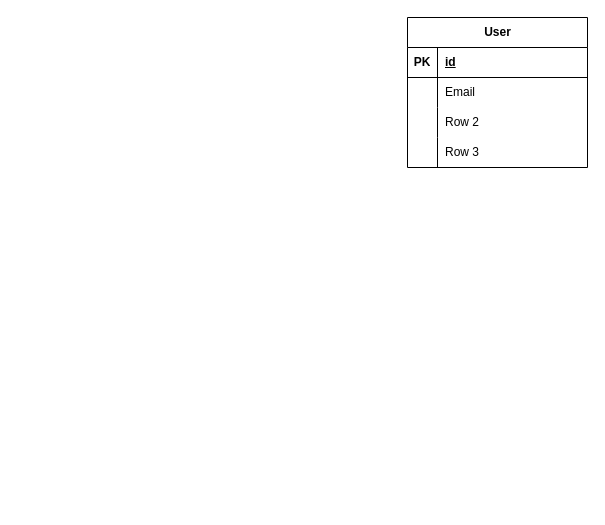
Before: ER.drawio in kofnet002/watchwave, a draw.io diagram. Source tidied: cells renumbered, new cells numbered last; positions are measured from the earlier drawing's top-left corner, leaving out a move shared by most shapes. Both pictures are drawn from the tidied source at 100%, with x=0, y=0 at pixel (407, 17).
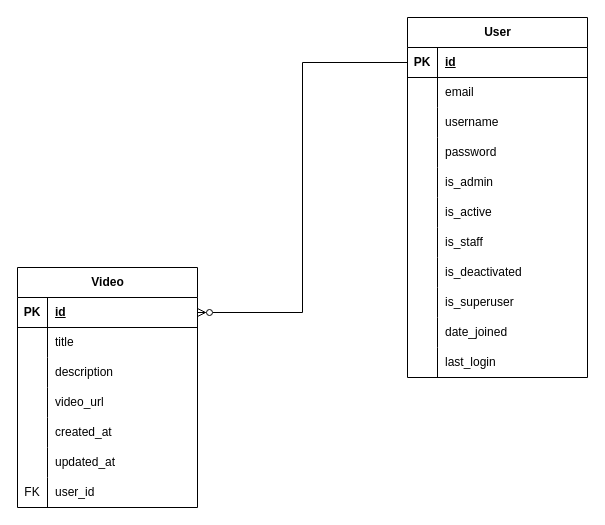
Above is the later version.

Commit message (it also covers changes not shown here):
Remove video field from model

The change refers to these unchanged cells:
```xml
<mxCell id="3" style="shape=tableRow;horizontal=0;startSize=0;swimlaneHead=0;swimlaneBody=0;fillColor=none;points=[[0,0.5],[1,0.5]];portConstraint=eastwest;top=0;left=0;right=0;bottom=1;" parent="2" vertex="1">
  <mxGeometry y="30" width="180" height="30" as="geometry" />
</mxCell>
<mxCell id="6" style="shape=tableRow;horizontal=0;startSize=0;swimlaneHead=0;swimlaneBody=0;fillColor=none;top=0;left=0;right=0;bottom=0;" parent="2" vertex="1">
  <mxGeometry y="60" width="180" height="30" as="geometry" />
</mxCell>
<mxCell id="9" style="shape=tableRow;horizontal=0;startSize=0;swimlaneHead=0;swimlaneBody=0;fillColor=none;top=0;left=0;right=0;bottom=0;" parent="2" vertex="1">
  <mxGeometry y="90" width="180" height="30" as="geometry" />
</mxCell>
<mxCell id="12" style="shape=tableRow;horizontal=0;startSize=0;swimlaneHead=0;swimlaneBody=0;fillColor=none;top=0;left=0;right=0;bottom=0;" parent="2" vertex="1">
  <mxGeometry y="120" width="180" height="30" as="geometry" />
</mxCell>
```

Diff of the diagram source:
```diff
@@
     <mxCell id="2" value="User" style="shape=table;startSize=30;childLayout=tableLayout;rowLines=0;fontStyle=1;align=center;html=1;" parent="1" vertex="1">
-      <mxGeometry width="180" height="150" as="geometry" />
+      <mxGeometry width="180" height="360" as="geometry" />
     </mxCell>
@@
-    <mxCell id="8" value="Email" style="shape=partialRectangle;fillColor=none;top=0;left=0;bottom=0;right=0;align=left;spacingLeft=6;overflow=hidden;whiteSpace=wrap;html=1;" parent="6" vertex="1">
+    <mxCell id="8" value="email" style="shape=partialRectangle;fillColor=none;top=0;left=0;bottom=0;right=0;align=left;spacingLeft=6;overflow=hidden;whiteSpace=wrap;html=1;" parent="6" vertex="1">
       <mxGeometry x="30" width="150" height="30" as="geometry" />
     </mxCell>
@@
-    <mxCell id="11" value="Row 2" style="shape=partialRectangle;fillColor=none;top=0;left=0;bottom=0;right=0;align=left;spacingLeft=6;overflow=hidden;whiteSpace=wrap;html=1;" parent="9" vertex="1">
+    <mxCell id="11" value="username" style="shape=partialRectangle;fillColor=none;top=0;left=0;bottom=0;right=0;align=left;spacingLeft=6;overflow=hidden;whiteSpace=wrap;html=1;" parent="9" vertex="1">
       <mxGeometry x="30" width="150" height="30" as="geometry" />
     </mxCell>
@@
-    <mxCell id="14" value="Row 3" style="shape=partialRectangle;fillColor=none;top=0;left=0;bottom=0;right=0;align=left;spacingLeft=6;overflow=hidden;whiteSpace=wrap;html=1;" parent="12" vertex="1">
+    <mxCell id="14" value="password" style="shape=partialRectangle;fillColor=none;top=0;left=0;bottom=0;right=0;align=left;spacingLeft=6;overflow=hidden;whiteSpace=wrap;html=1;" parent="12" vertex="1">
       <mxGeometry x="30" width="150" height="30" as="geometry" />
     </mxCell>
+    <mxCell id="15" style="shape=tableRow;horizontal=0;startSize=0;swimlaneHead=0;swimlaneBody=0;fillColor=none;top=0;left=0;right=0;bottom=0;" parent="2" vertex="1">
+      <mxGeometry y="150" width="180" height="30" as="geometry" />
+    </mxCell>
+    <mxCell id="16" style="shape=partialRectangle;fillColor=none;top=0;left=0;bottom=0;right=0;overflow=hidden;whiteSpace=wrap;html=1;" parent="15" vertex="1">
+      <mxGeometry width="30" height="30" as="geometry" />
+    </mxCell>
+    <mxCell id="17" value="is_admin" style="shape=partialRectangle;fillColor=none;top=0;left=0;bottom=0;right=0;align=left;spacingLeft=6;overflow=hidden;whiteSpace=wrap;html=1;" parent="15" vertex="1">
+      <mxGeometry x="30" width="150" height="30" as="geometry" />
+    </mxCell>
+    <mxCell id="18" style="shape=tableRow;horizontal=0;startSize=0;swimlaneHead=0;swimlaneBody=0;fillColor=none;top=0;left=0;right=0;bottom=0;" parent="2" vertex="1">
+      <mxGeometry y="180" width="180" height="30" as="geometry" />
+    </mxCell>
+    <mxCell id="19" style="shape=partialRectangle;fillColor=none;top=0;left=0;bottom=0;right=0;overflow=hidden;whiteSpace=wrap;html=1;" parent="18" vertex="1">
+      <mxGeometry width="30" height="30" as="geometry" />
+    </mxCell>
+    <mxCell id="20" value="is_active" style="shape=partialRectangle;fillColor=none;top=0;left=0;bottom=0;right=0;align=left;spacingLeft=6;overflow=hidden;whiteSpace=wrap;html=1;" parent="18" vertex="1">
+      <mxGeometry x="30" width="150" height="30" as="geometry" />
+    </mxCell>
+    <mxCell id="21" style="shape=tableRow;horizontal=0;startSize=0;swimlaneHead=0;swimlaneBody=0;fillColor=none;top=0;left=0;right=0;bottom=0;" parent="2" vertex="1">
+      <mxGeometry y="210" width="180" height="30" as="geometry" />
+    </mxCell>
+    <mxCell id="22" style="shape=partialRectangle;fillColor=none;top=0;left=0;bottom=0;right=0;overflow=hidden;whiteSpace=wrap;html=1;" parent="21" vertex="1">
+      <mxGeometry width="30" height="30" as="geometry" />
+    </mxCell>
+    <mxCell id="23" value="is_staff" style="shape=partialRectangle;fillColor=none;top=0;left=0;bottom=0;right=0;align=left;spacingLeft=6;overflow=hidden;whiteSpace=wrap;html=1;" parent="21" vertex="1">
+      <mxGeometry x="30" width="150" height="30" as="geometry" />
+    </mxCell>
+    <mxCell id="24" style="shape=tableRow;horizontal=0;startSize=0;swimlaneHead=0;swimlaneBody=0;fillColor=none;top=0;left=0;right=0;bottom=0;" parent="2" vertex="1">
+      <mxGeometry y="240" width="180" height="30" as="geometry" />
+    </mxCell>
+    <mxCell id="25" style="shape=partialRectangle;fillColor=none;top=0;left=0;bottom=0;right=0;overflow=hidden;whiteSpace=wrap;html=1;" parent="24" vertex="1">
+      <mxGeometry width="30" height="30" as="geometry" />
+    </mxCell>
+    <mxCell id="26" value="is_deactivated" style="shape=partialRectangle;fillColor=none;top=0;left=0;bottom=0;right=0;align=left;spacingLeft=6;overflow=hidden;whiteSpace=wrap;html=1;" parent="24" vertex="1">
+      <mxGeometry x="30" width="150" height="30" as="geometry" />
+    </mxCell>
+    <mxCell id="27" style="shape=tableRow;horizontal=0;startSize=0;swimlaneHead=0;swimlaneBody=0;fillColor=none;top=0;left=0;right=0;bottom=0;" parent="2" vertex="1">
+      <mxGeometry y="270" width="180" height="30" as="geometry" />
+    </mxCell>
+    <mxCell id="28" style="shape=partialRectangle;fillColor=none;top=0;left=0;bottom=0;right=0;overflow=hidden;whiteSpace=wrap;html=1;" parent="27" vertex="1">
+      <mxGeometry width="30" height="30" as="geometry" />
+    </mxCell>
+    <mxCell id="29" value="is_superuser" style="shape=partialRectangle;fillColor=none;top=0;left=0;bottom=0;right=0;align=left;spacingLeft=6;overflow=hidden;whiteSpace=wrap;html=1;" parent="27" vertex="1">
+      <mxGeometry x="30" width="150" height="30" as="geometry" />
+    </mxCell>
+    <mxCell id="30" style="shape=tableRow;horizontal=0;startSize=0;swimlaneHead=0;swimlaneBody=0;fillColor=none;top=0;left=0;right=0;bottom=0;" parent="2" vertex="1">
+      <mxGeometry y="300" width="180" height="30" as="geometry" />
+    </mxCell>
+    <mxCell id="31" style="shape=partialRectangle;fillColor=none;top=0;left=0;bottom=0;right=0;overflow=hidden;whiteSpace=wrap;html=1;" parent="30" vertex="1">
+      <mxGeometry width="30" height="30" as="geometry" />
+    </mxCell>
+    <mxCell id="32" value="date_joined" style="shape=partialRectangle;fillColor=none;top=0;left=0;bottom=0;right=0;align=left;spacingLeft=6;overflow=hidden;whiteSpace=wrap;html=1;" parent="30" vertex="1">
+      <mxGeometry x="30" width="150" height="30" as="geometry" />
+    </mxCell>
+    <mxCell id="33" style="shape=tableRow;horizontal=0;startSize=0;swimlaneHead=0;swimlaneBody=0;fillColor=none;top=0;left=0;right=0;bottom=0;" parent="2" vertex="1">
+      <mxGeometry y="330" width="180" height="30" as="geometry" />
+    </mxCell>
+    <mxCell id="34" style="shape=partialRectangle;fillColor=none;top=0;left=0;bottom=0;right=0;overflow=hidden;whiteSpace=wrap;html=1;" parent="33" vertex="1">
+      <mxGeometry width="30" height="30" as="geometry" />
+    </mxCell>
+    <mxCell id="35" value="last_login" style="shape=partialRectangle;fillColor=none;top=0;left=0;bottom=0;right=0;align=left;spacingLeft=6;overflow=hidden;whiteSpace=wrap;html=1;" parent="33" vertex="1">
+      <mxGeometry x="30" width="150" height="30" as="geometry" />
+    </mxCell>
+    <mxCell id="36" style="edgeStyle=orthogonalEdgeStyle;rounded=0;jettySize=auto;html=1;entryX=0;entryY=0.5;entryDx=0;entryDy=0;exitX=1;exitY=0.5;exitDx=0;exitDy=0;endArrow=none;endFill=0;strokeWidth=1;startArrow=ERzeroToMany;startFill=0;" parent="1" edge="1" source="38" target="3">
+      <mxGeometry relative="1" as="geometry" />
+    </mxCell>
+    <mxCell id="37" value="Video" style="shape=table;startSize=30;childLayout=tableLayout;rowLines=0;fontStyle=1;align=center;html=1;" parent="1" vertex="1">
+      <mxGeometry x="-390" y="250" width="180" height="240" as="geometry" />
+    </mxCell>
+    <mxCell id="38" style="shape=tableRow;horizontal=0;startSize=0;swimlaneHead=0;swimlaneBody=0;fillColor=none;points=[[0,0.5],[1,0.5]];portConstraint=eastwest;top=0;left=0;right=0;bottom=1;" parent="37" vertex="1">
+      <mxGeometry y="30" width="180" height="30" as="geometry" />
+    </mxCell>
+    <mxCell id="39" value="PK" style="shape=partialRectangle;fillColor=none;top=0;left=0;bottom=0;right=0;fontStyle=1;overflow=hidden;whiteSpace=wrap;html=1;" parent="38" vertex="1">
+      <mxGeometry width="30" height="30" as="geometry" />
+    </mxCell>
+    <mxCell id="40" value="id" style="shape=partialRectangle;fillColor=none;top=0;left=0;bottom=0;right=0;align=left;spacingLeft=6;fontStyle=5;overflow=hidden;whiteSpace=wrap;html=1;" parent="38" vertex="1">
+      <mxGeometry x="30" width="150" height="30" as="geometry" />
+    </mxCell>
+    <mxCell id="41" style="shape=tableRow;horizontal=0;startSize=0;swimlaneHead=0;swimlaneBody=0;fillColor=none;top=0;left=0;right=0;bottom=0;" parent="37" vertex="1">
+      <mxGeometry y="60" width="180" height="30" as="geometry" />
+    </mxCell>
+    <mxCell id="42" style="shape=partialRectangle;fillColor=none;top=0;left=0;bottom=0;right=0;overflow=hidden;whiteSpace=wrap;html=1;" parent="41" vertex="1">
+      <mxGeometry width="30" height="30" as="geometry" />
+    </mxCell>
+    <mxCell id="43" value="title" style="shape=partialRectangle;fillColor=none;top=0;left=0;bottom=0;right=0;align=left;spacingLeft=6;overflow=hidden;whiteSpace=wrap;html=1;" parent="41" vertex="1">
+      <mxGeometry x="30" width="150" height="30" as="geometry" />
+    </mxCell>
+    <mxCell id="44" style="shape=tableRow;horizontal=0;startSize=0;swimlaneHead=0;swimlaneBody=0;fillColor=none;top=0;left=0;right=0;bottom=0;" parent="37" vertex="1">
+      <mxGeometry y="90" width="180" height="30" as="geometry" />
+    </mxCell>
+    <mxCell id="45" style="shape=partialRectangle;fillColor=none;top=0;left=0;bottom=0;right=0;overflow=hidden;whiteSpace=wrap;html=1;" parent="44" vertex="1">
+      <mxGeometry width="30" height="30" as="geometry" />
+    </mxCell>
+    <mxCell id="46" value="description" style="shape=partialRectangle;fillColor=none;top=0;left=0;bottom=0;right=0;align=left;spacingLeft=6;overflow=hidden;whiteSpace=wrap;html=1;" parent="44" vertex="1">
+      <mxGeometry x="30" width="150" height="30" as="geometry" />
+    </mxCell>
+    <mxCell id="47" style="shape=tableRow;horizontal=0;startSize=0;swimlaneHead=0;swimlaneBody=0;fillColor=none;top=0;left=0;right=0;bottom=0;" parent="37" vertex="1">
+      <mxGeometry y="120" width="180" height="30" as="geometry" />
+    </mxCell>
+    <mxCell id="48" style="shape=partialRectangle;fillColor=none;top=0;left=0;bottom=0;right=0;overflow=hidden;whiteSpace=wrap;html=1;" parent="47" vertex="1">
+      <mxGeometry width="30" height="30" as="geometry" />
+    </mxCell>
+    <mxCell id="49" value="video_url" style="shape=partialRectangle;fillColor=none;top=0;left=0;bottom=0;right=0;align=left;spacingLeft=6;overflow=hidden;whiteSpace=wrap;html=1;" parent="47" vertex="1">
+      <mxGeometry x="30" width="150" height="30" as="geometry" />
+    </mxCell>
+    <mxCell id="50" style="shape=tableRow;horizontal=0;startSize=0;swimlaneHead=0;swimlaneBody=0;fillColor=none;top=0;left=0;right=0;bottom=0;" parent="37" vertex="1">
+      <mxGeometry y="150" width="180" height="30" as="geometry" />
+    </mxCell>
+    <mxCell id="51" style="shape=partialRectangle;fillColor=none;top=0;left=0;bottom=0;right=0;overflow=hidden;whiteSpace=wrap;html=1;" parent="50" vertex="1">
+      <mxGeometry width="30" height="30" as="geometry" />
+    </mxCell>
+    <mxCell id="52" value="created_at" style="shape=partialRectangle;fillColor=none;top=0;left=0;bottom=0;right=0;align=left;spacingLeft=6;overflow=hidden;whiteSpace=wrap;html=1;" parent="50" vertex="1">
+      <mxGeometry x="30" width="150" height="30" as="geometry" />
+    </mxCell>
+    <mxCell id="53" style="shape=tableRow;horizontal=0;startSize=0;swimlaneHead=0;swimlaneBody=0;fillColor=none;top=0;left=0;right=0;bottom=0;" parent="37" vertex="1">
+      <mxGeometry y="180" width="180" height="30" as="geometry" />
+    </mxCell>
+    <mxCell id="54" style="shape=partialRectangle;fillColor=none;top=0;left=0;bottom=0;right=0;overflow=hidden;whiteSpace=wrap;html=1;" parent="53" vertex="1">
+      <mxGeometry width="30" height="30" as="geometry" />
+    </mxCell>
+    <mxCell id="55" value="updated_at" style="shape=partialRectangle;fillColor=none;top=0;left=0;bottom=0;right=0;align=left;spacingLeft=6;overflow=hidden;whiteSpace=wrap;html=1;" parent="53" vertex="1">
+      <mxGeometry x="30" width="150" height="30" as="geometry" />
+    </mxCell>
+    <mxCell id="56" style="shape=tableRow;horizontal=0;startSize=0;swimlaneHead=0;swimlaneBody=0;fillColor=none;top=0;left=0;right=0;bottom=0;" parent="37" vertex="1">
+      <mxGeometry y="210" width="180" height="30" as="geometry" />
+    </mxCell>
+    <mxCell id="57" value="FK" style="shape=partialRectangle;fillColor=none;top=0;left=0;bottom=0;right=0;overflow=hidden;whiteSpace=wrap;html=1;" parent="56" vertex="1">
+      <mxGeometry width="30" height="30" as="geometry" />
+    </mxCell>
+    <mxCell id="58" value="user_id" style="shape=partialRectangle;fillColor=none;top=0;left=0;bottom=0;right=0;align=left;spacingLeft=6;overflow=hidden;whiteSpace=wrap;html=1;" parent="56" vertex="1">
+      <mxGeometry x="30" width="150" height="30" as="geometry" />
+    </mxCell>
```
